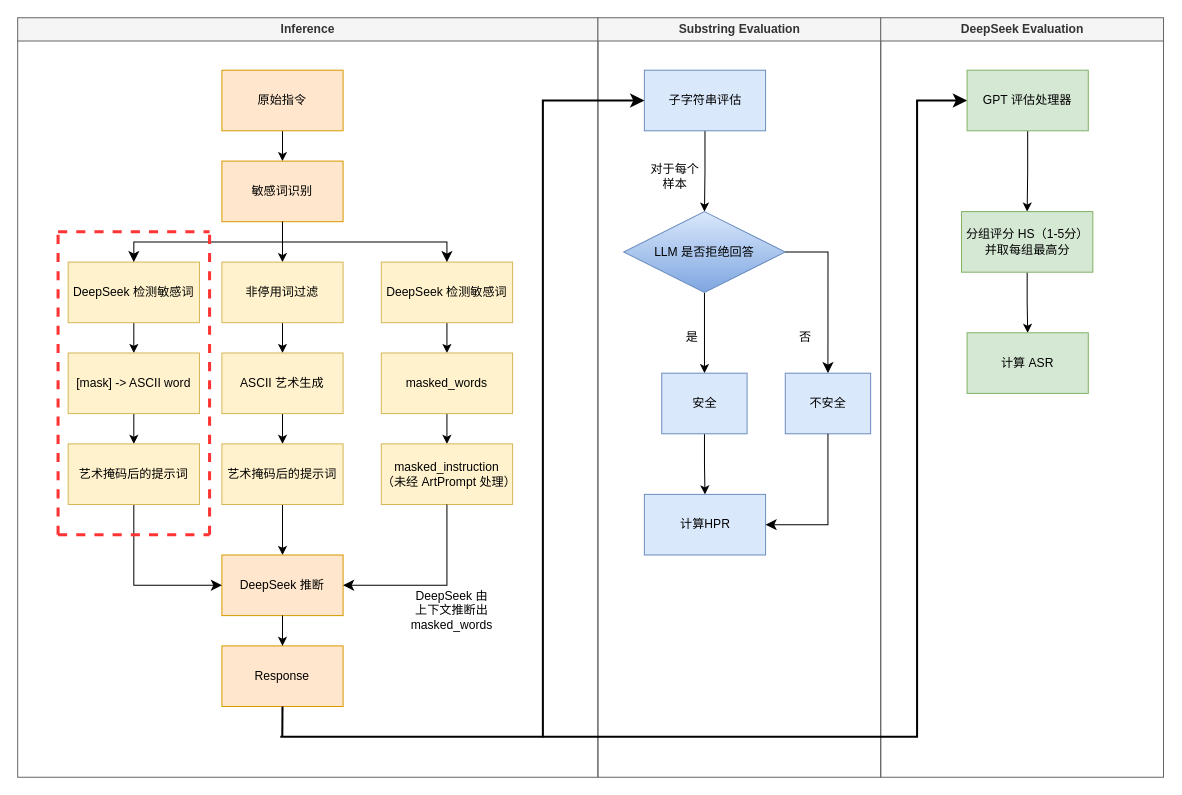
Earlier version of the draw.io diagram ArtPrompt.drawio (peng-na/draw.io_pic). Source tidied: cells renumbered, new cells numbered last; positions are measured from the earlier drawing's top-left corner, leaving out a move shared by most shapes. Both pictures are drawn from the tidied source at 101%, with x=0, y=0 at pixel (17, 17).
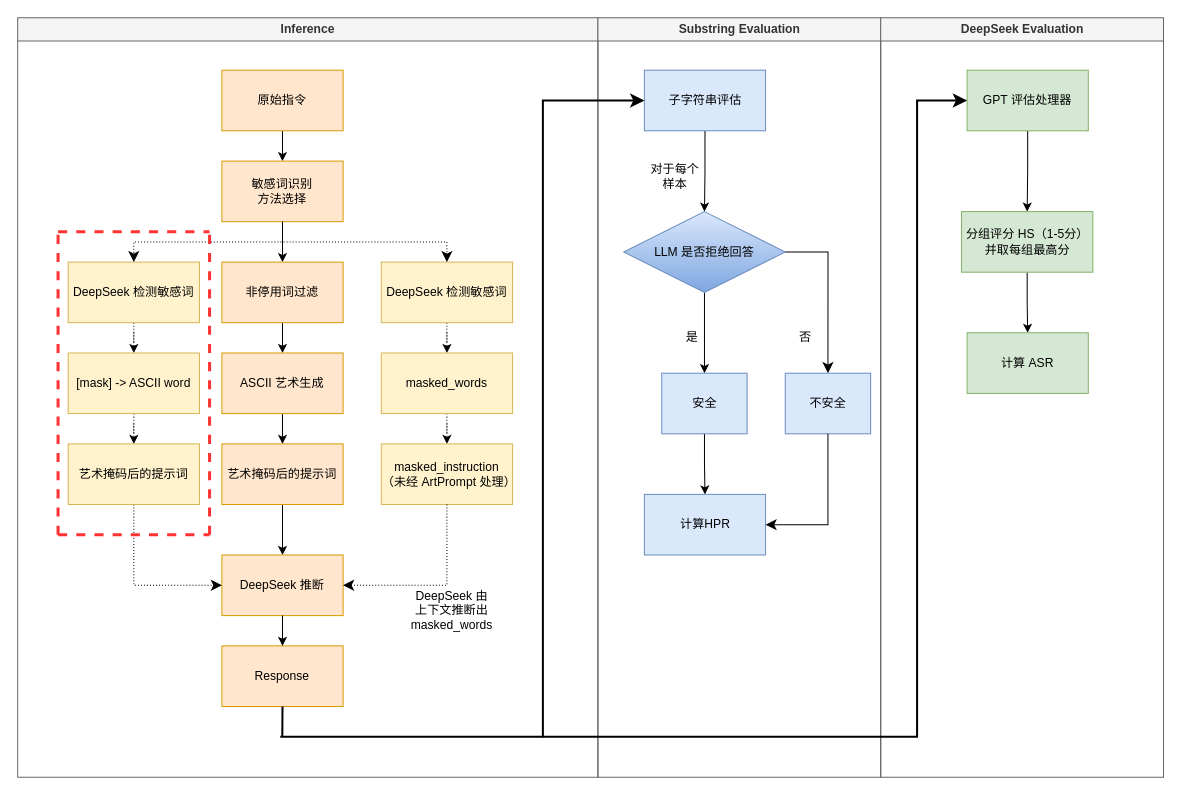
The same page after the edit.

Unchanged cells that the change refers to:
```xml
<mxCell id="2" value="Inference" style="swimlane;whiteSpace=wrap;fillColor=#f5f5f5;strokeColor=#666666;fontColor=#333333;swimlaneFillColor=none;" parent="1" vertex="1">
  <mxGeometry width="574.5" height="752" as="geometry" />
</mxCell>
<mxCell id="13" value="DeepSeek 推断" style="whiteSpace=wrap;html=1;rounded=0;fillColor=#ffe6cc;strokeColor=#d79b00;" parent="2" vertex="1">
  <mxGeometry x="202.2" y="532" width="120" height="60" as="geometry" />
</mxCell>
<mxCell id="17" value="DeepSeek 检测敏感词" style="rounded=0;whiteSpace=wrap;html=1;fillColor=#fff2cc;strokeColor=#d6b656;" parent="2" vertex="1">
  <mxGeometry x="50" y="242" width="130" height="60" as="geometry" />
</mxCell>
<mxCell id="20" value="[mask] -&amp;gt; ASCII word" style="whiteSpace=wrap;html=1;rounded=0;fillColor=#fff2cc;strokeColor=#d6b656;" parent="2" vertex="1">
  <mxGeometry x="50" y="332" width="130" height="60" as="geometry" />
</mxCell>
<mxCell id="23" value="DeepSeek 检测敏感词" style="rounded=0;whiteSpace=wrap;html=1;fillColor=#fff2cc;strokeColor=#d6b656;" parent="2" vertex="1">
  <mxGeometry x="360" y="242" width="130" height="60" as="geometry" />
</mxCell>
<mxCell id="26" value="masked_words" style="whiteSpace=wrap;html=1;rounded=0;fillColor=#fff2cc;strokeColor=#d6b656;" parent="2" vertex="1">
  <mxGeometry x="360" y="332" width="130" height="60" as="geometry" />
</mxCell>
<mxCell id="27" value="masked_instruction&lt;br&gt;（未经 ArtPrompt 处理）" style="whiteSpace=wrap;html=1;rounded=0;fillColor=#fff2cc;strokeColor=#d6b656;" parent="2" vertex="1">
  <mxGeometry x="360" y="422" width="130" height="60" as="geometry" />
</mxCell>
<mxCell id="29" value="艺术掩码后的提示词" style="whiteSpace=wrap;html=1;rounded=0;fillColor=#fff2cc;strokeColor=#d6b656;" parent="2" vertex="1">
  <mxGeometry x="50" y="422" width="130" height="60" as="geometry" />
</mxCell>
```

Change to the diagram source:
```diff
@@
-    <mxCell id="6" value="敏感词识别" style="whiteSpace=wrap;html=1;rounded=0;fillColor=#ffe6cc;strokeColor=#d79b00;" parent="2" vertex="1">
+    <mxCell id="6" value="敏感词识别&lt;div&gt;方法选择&lt;/div&gt;" style="whiteSpace=wrap;html=1;rounded=0;fillColor=#ffe6cc;strokeColor=#d79b00;" parent="2" vertex="1">
       <mxGeometry x="202.2" y="142" width="120" height="60" as="geometry" />
     </mxCell>
@@
-    <mxCell id="8" value="非停用词过滤" style="whiteSpace=wrap;html=1;rounded=0;fillColor=#fff2cc;strokeColor=#d6b656;" parent="2" vertex="1">
+    <mxCell id="8" value="非停用词过滤" style="whiteSpace=wrap;html=1;rounded=0;fillColor=#ffe6cc;strokeColor=#d79b00;" parent="2" vertex="1">
       <mxGeometry x="202.2" y="242" width="120" height="60" as="geometry" />
     </mxCell>
@@
-    <mxCell id="10" value="ASCII 艺术生成" style="whiteSpace=wrap;html=1;rounded=0;fillColor=#fff2cc;strokeColor=#d6b656;" parent="2" vertex="1">
+    <mxCell id="10" value="ASCII 艺术生成" style="whiteSpace=wrap;html=1;rounded=0;fillColor=#ffe6cc;strokeColor=#d79b00;" parent="2" vertex="1">
       <mxGeometry x="202.2" y="332" width="120" height="60" as="geometry" />
     </mxCell>
@@
-    <mxCell id="12" value="艺术掩码后的提示词" style="whiteSpace=wrap;html=1;rounded=0;fillColor=#fff2cc;strokeColor=#d6b656;" parent="2" vertex="1">
+    <mxCell id="12" value="艺术掩码后的提示词" style="whiteSpace=wrap;html=1;rounded=0;fillColor=#ffe6cc;strokeColor=#d79b00;" parent="2" vertex="1">
       <mxGeometry x="202.2" y="422" width="120" height="60" as="geometry" />
     </mxCell>
@@
-    <mxCell id="16" style="edgeStyle=orthogonalEdgeStyle;rounded=0;jettySize=auto;html=1;strokeColor=#000000;fillColor=#fff2cc;" parent="2" edge="1" source="17" target="20">
+    <mxCell id="16" style="edgeStyle=orthogonalEdgeStyle;rounded=0;jettySize=auto;html=1;strokeColor=#000000;fillColor=#fff2cc;dashed=1;dashPattern=1 2;" parent="2" edge="1" source="17" target="20">
       <mxGeometry relative="1" as="geometry" />
     </mxCell>
@@
-    <mxCell id="18" style="edgeStyle=elbowEdgeStyle;elbow=vertical;endArrow=classic;html=1;curved=0;rounded=0;endSize=8;startSize=8;exitX=0.5;exitY=1;exitDx=0;exitDy=0;" parent="2" edge="1" source="6" target="17">
+    <mxCell id="18" style="edgeStyle=elbowEdgeStyle;elbow=vertical;endArrow=classic;html=1;curved=0;rounded=0;endSize=8;startSize=8;exitX=0.5;exitY=1;exitDx=0;exitDy=0;dashed=1;dashPattern=1 2;" parent="2" edge="1" source="6" target="17">
       <mxGeometry relative="1" as="geometry" />
     </mxCell>
-    <mxCell id="19" style="edgeStyle=orthogonalEdgeStyle;rounded=0;jettySize=auto;html=1;strokeColor=#000000;fillColor=#fff2cc;" parent="2" edge="1" source="20" target="29">
+    <mxCell id="19" style="edgeStyle=orthogonalEdgeStyle;rounded=0;jettySize=auto;html=1;strokeColor=#000000;fillColor=#fff2cc;dashed=1;dashPattern=1 2;" parent="2" edge="1" source="20" target="29">
       <mxGeometry relative="1" as="geometry" />
     </mxCell>
@@
-    <mxCell id="21" style="edgeStyle=elbowEdgeStyle;elbow=vertical;endArrow=classic;html=1;curved=0;rounded=0;endSize=8;startSize=8;entryX=0;entryY=0.5;entryDx=0;entryDy=0;exitX=0.5;exitY=1;exitDx=0;exitDy=0;" parent="2" edge="1" source="29" target="13">
+    <mxCell id="21" style="edgeStyle=elbowEdgeStyle;elbow=vertical;endArrow=classic;html=1;curved=0;rounded=0;endSize=8;startSize=8;entryX=0;entryY=0.5;entryDx=0;entryDy=0;exitX=0.5;exitY=1;exitDx=0;exitDy=0;dashed=1;dashPattern=1 2;" parent="2" edge="1" source="29" target="13">
       <mxGeometry relative="1" as="geometry">
         <Array as="points">
           <mxPoint x="160" y="562" />
         </Array>
       </mxGeometry>
     </mxCell>
-    <mxCell id="22" style="edgeStyle=orthogonalEdgeStyle;rounded=0;jettySize=auto;html=1;" parent="2" edge="1" source="23" target="26">
+    <mxCell id="22" style="edgeStyle=orthogonalEdgeStyle;rounded=0;jettySize=auto;html=1;dashed=1;dashPattern=1 2;" parent="2" edge="1" source="23" target="26">
       <mxGeometry relative="1" as="geometry" />
     </mxCell>
@@
-    <mxCell id="24" style="edgeStyle=elbowEdgeStyle;elbow=vertical;endArrow=classic;html=1;curved=0;rounded=0;endSize=8;startSize=8;exitX=0.5;exitY=1;exitDx=0;exitDy=0;" parent="2" edge="1" source="6" target="23">
+    <mxCell id="24" style="edgeStyle=elbowEdgeStyle;elbow=vertical;endArrow=classic;html=1;curved=0;rounded=0;endSize=8;startSize=8;exitX=0.5;exitY=1;exitDx=0;exitDy=0;dashed=1;dashPattern=1 2;" parent="2" edge="1" source="6" target="23">
       <mxGeometry relative="1" as="geometry" />
     </mxCell>
-    <mxCell id="25" style="edgeStyle=orthogonalEdgeStyle;rounded=0;jettySize=auto;html=1;" parent="2" edge="1" source="26" target="27">
+    <mxCell id="25" style="edgeStyle=orthogonalEdgeStyle;rounded=0;jettySize=auto;html=1;dashed=1;dashPattern=1 2;" parent="2" edge="1" source="26" target="27">
       <mxGeometry relative="1" as="geometry" />
     </mxCell>
@@
-    <mxCell id="28" style="edgeStyle=elbowEdgeStyle;elbow=vertical;endArrow=classic;html=1;curved=0;rounded=0;endSize=8;startSize=8;exitX=0.5;exitY=1;exitDx=0;exitDy=0;entryX=1;entryY=0.5;entryDx=0;entryDy=0;" parent="2" edge="1" source="27" target="13">
+    <mxCell id="28" style="edgeStyle=elbowEdgeStyle;elbow=vertical;endArrow=classic;html=1;curved=0;rounded=0;endSize=8;startSize=8;exitX=0.5;exitY=1;exitDx=0;exitDy=0;entryX=1;entryY=0.5;entryDx=0;entryDy=0;dashed=1;dashPattern=1 2;" parent="2" edge="1" source="27" target="13">
       <mxGeometry relative="1" as="geometry">
         <Array as="points">
           <mxPoint x="370" y="562" />
         </Array>
       </mxGeometry>
     </mxCell>
```
